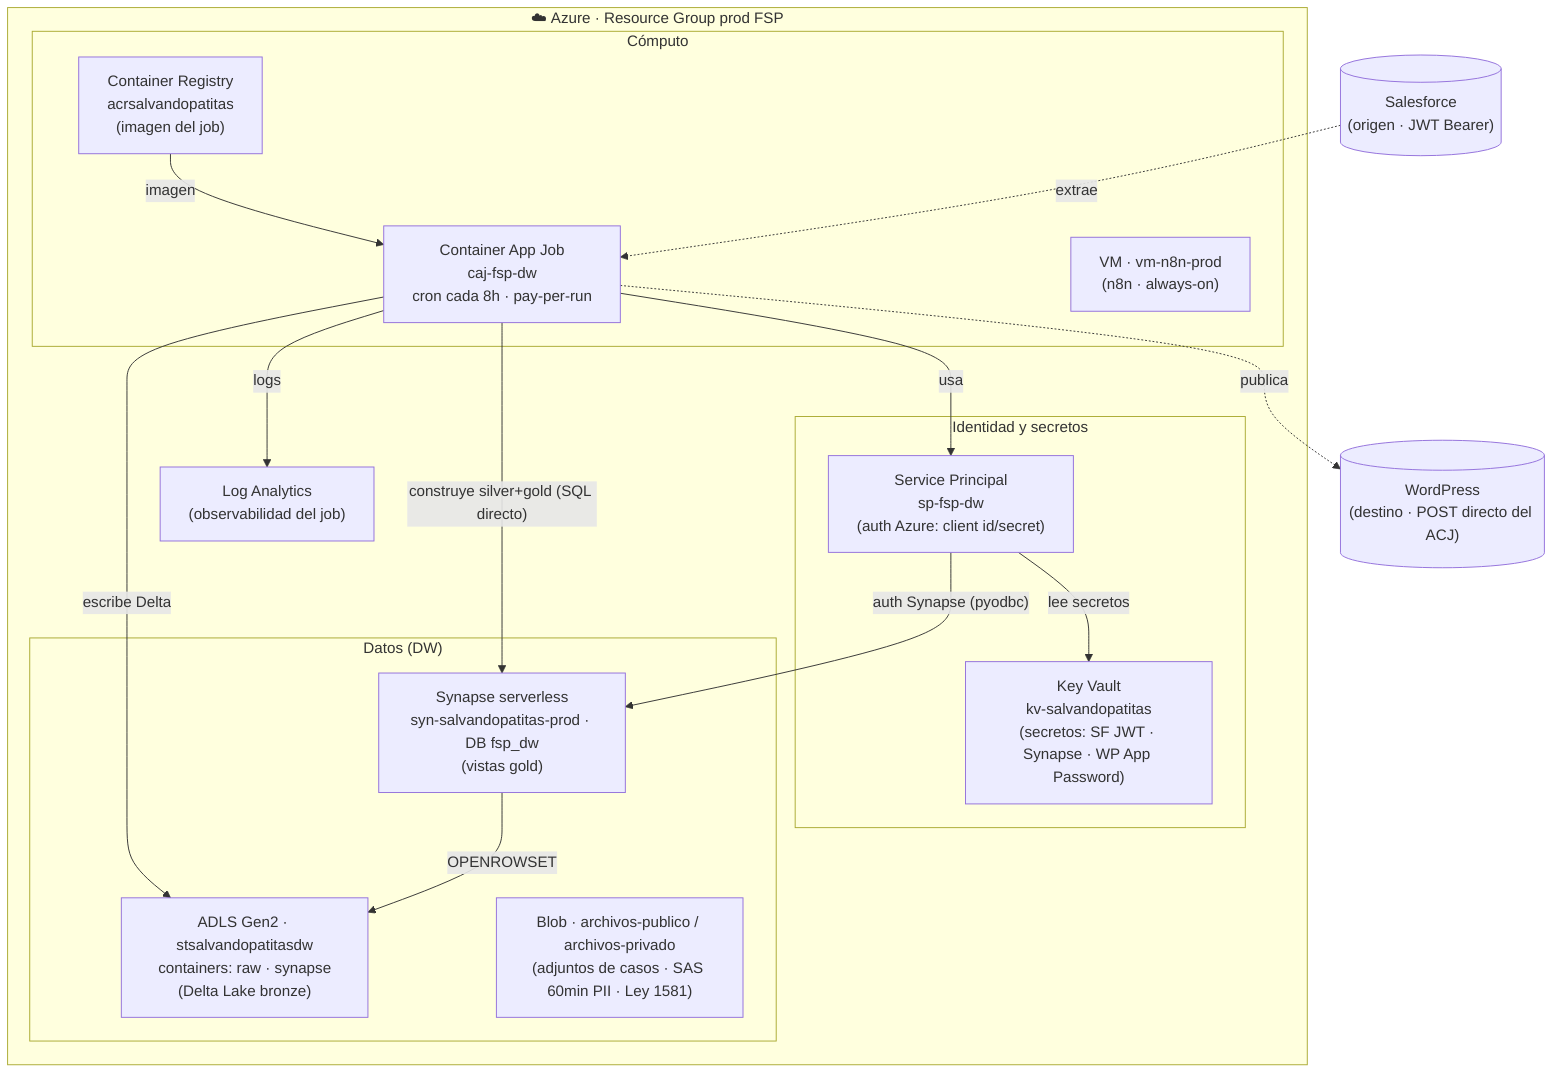
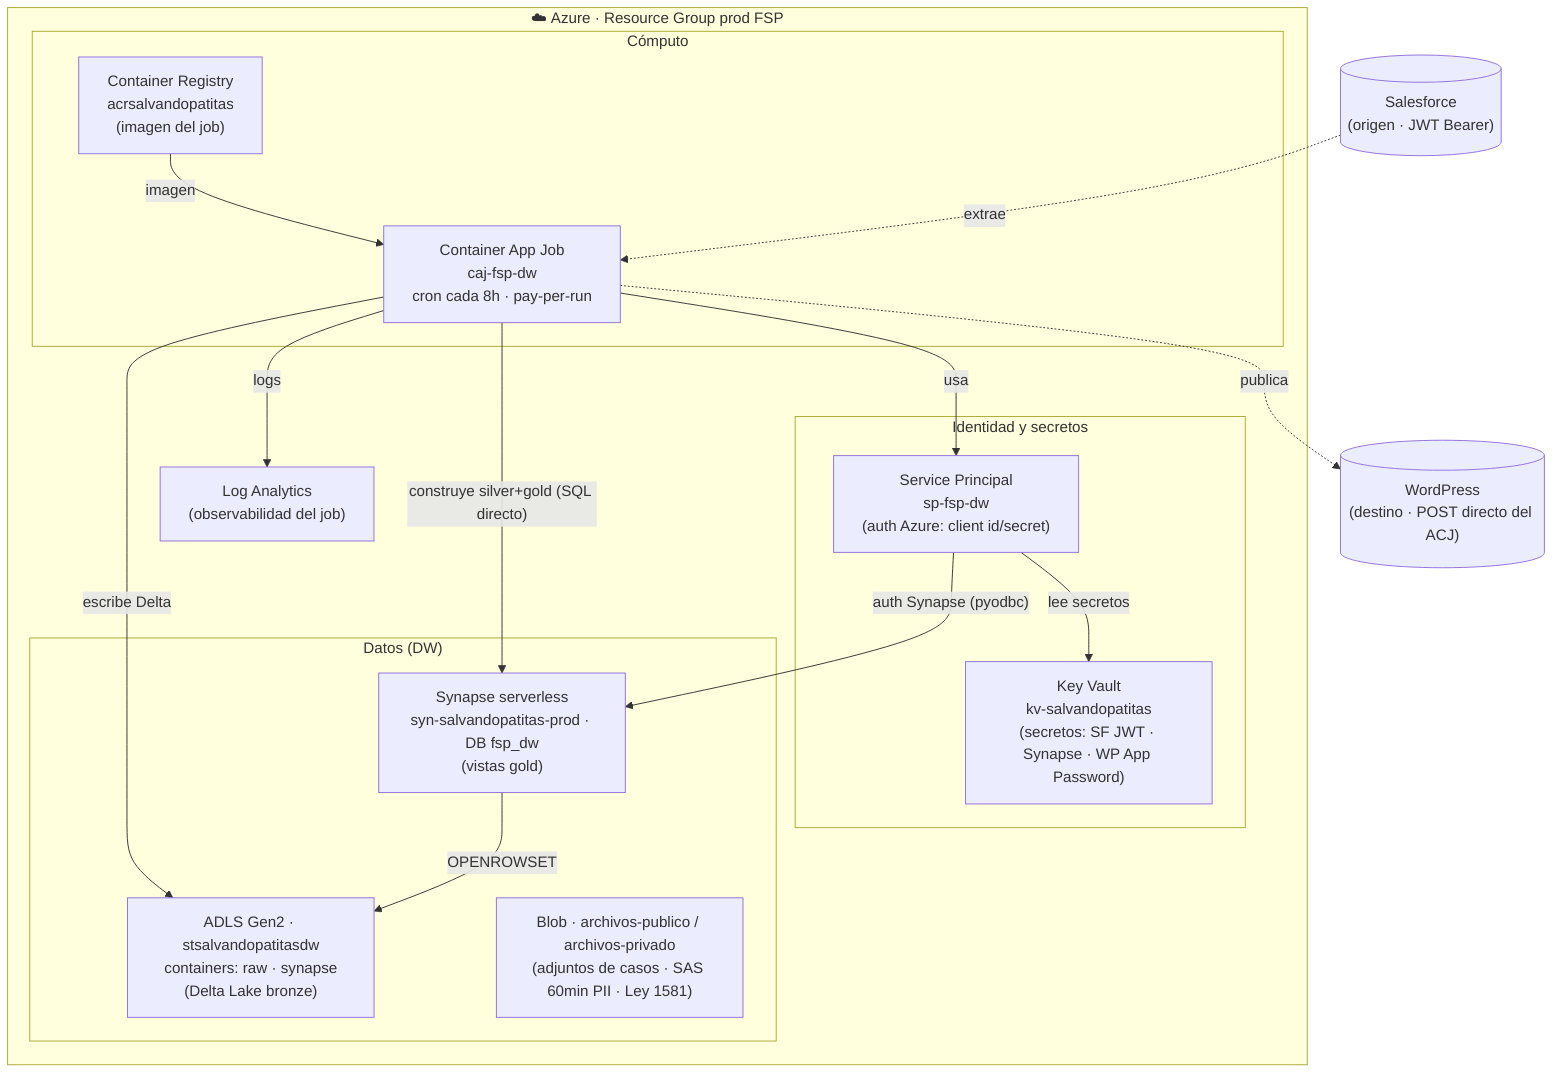
%% =====================================================================
%% A5 · Infraestructura Cloud (Azure) — Salvando Patitas
%% Familia A (Arquitectura técnica) · Atlas de Sistema
%% Repo que documenta: salvandopatitas/fsp-infra (IaC · Terraform)
%% -----------------------------------------------------------------
%% Topología de la infra Azure de PRODUCCIÓN que sostiene el DW
- %% analítico (100% Azure). Todo serverless / pay-per-use salvo la VM
- %% de n8n. Sin secretos en código: viven en Key Vault.
+ %% analítico (100% Azure). Todo serverless / pay-per-use. Sin secretos
+ %% en código: viven en Key Vault.
%% =====================================================================
flowchart TD

    subgraph RG["☁️ Azure · Resource Group prod FSP"]

        subgraph AUTH["Identidad y secretos"]
            KV["Key Vault<br/>kv-salvandopatitas<br/>(secretos: SF JWT · Synapse · WP App Password)"]
            SP["Service Principal<br/>sp-fsp-dw<br/>(auth Azure: client id/secret)"]
        end

        subgraph COMPUTE["Cómputo"]
            ACR["Container Registry<br/>acrsalvandopatitas<br/>(imagen del job)"]
            JOB["Container App Job<br/>caj-fsp-dw<br/>cron cada 8h · pay-per-run"]
-             VMN8N["VM · vm-n8n-prod<br/>(n8n · always-on)"]
        end

        subgraph DATA["Datos (DW)"]
            ADLS["ADLS Gen2 · stsalvandopatitasdw<br/>containers: raw · synapse<br/>(Delta Lake bronze)"]
            SYN["Synapse serverless<br/>syn-salvandopatitas-prod · DB fsp_dw<br/>(vistas gold)"]
            BLOB["Blob · archivos-publico / archivos-privado<br/>(adjuntos de casos · SAS 60min PII · Ley 1581)"]
        end

        OBS["Log Analytics<br/>(observabilidad del job)"]
    end

    %% --- Relaciones ---
    ACR -- "imagen" --> JOB
    SP -- "lee secretos" --> KV
    JOB -- "usa" --> SP
    JOB -- "escribe Delta" --> ADLS
    JOB -- "construye silver+gold (SQL directo)" --> SYN
    SYN -- "OPENROWSET" --> ADLS
    JOB -- "logs" --> OBS
    SP -- "auth Synapse (pyodbc)" --> SYN

    %% --- Bordes del sistema (no son infra Azure, contexto) ---
    SF[("Salesforce<br/>(origen · JWT Bearer)")]
    WP[("WordPress<br/>(destino · POST directo del ACJ)")]
    SF -. extrae .-> JOB
    JOB -. publica .-> WP

-     %% Costo del DW ≈ 0.09 USD/año (serverless); Azure total ~38-70 USD/mes (≈99% es la VM de n8n)
+     %% Costo del DW ≈ 0.09 USD/año (serverless · pay-per-run del Job)
